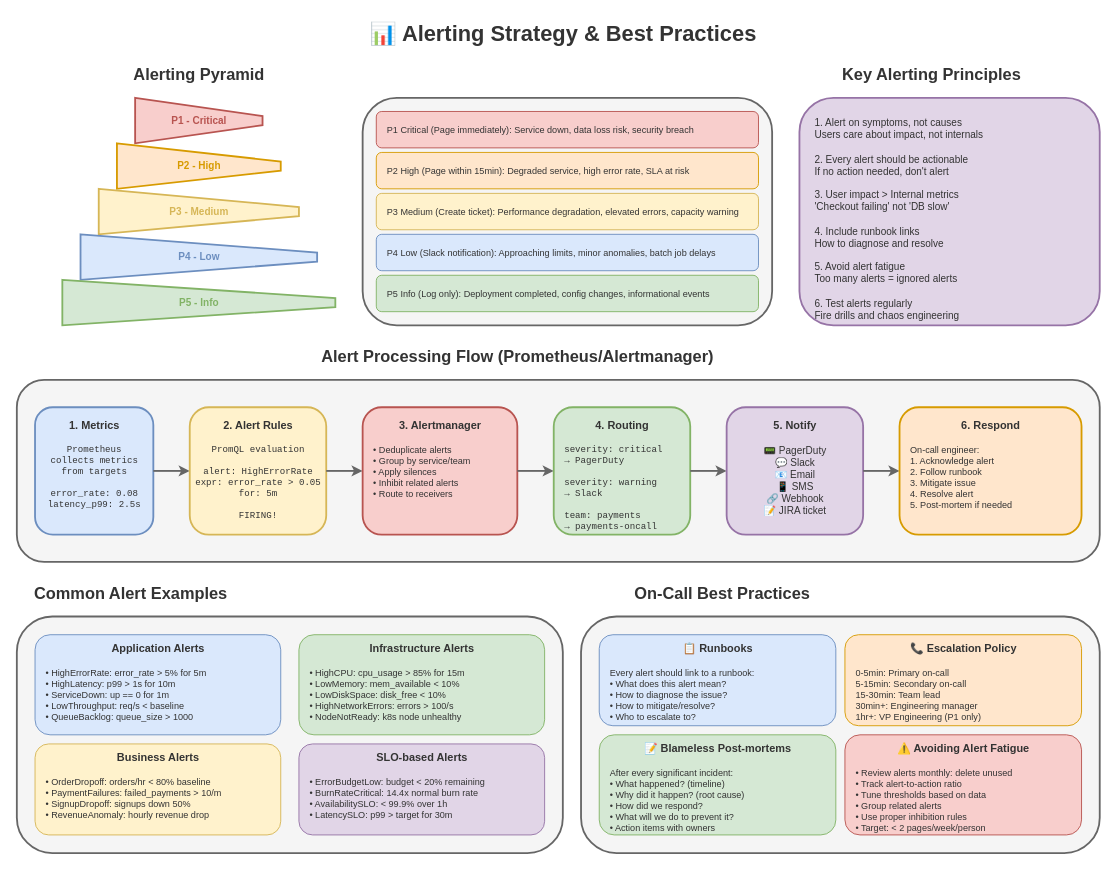
Before: lesson-09-observability-monitoring/diagrams/5.1-alerting-strategy.drawio in MrParkerZ7/document-lesson-software-architect-x-claude, a draw.io diagram. Source tidied: cells renumbered, new cells numbered last; positions are measured from the earlier drawing's top-left corner, leaving out a move shared by most shapes. Both pictures are drawn from the tidied source at 91%, with x=0, y=0 at pixel (16, 15).
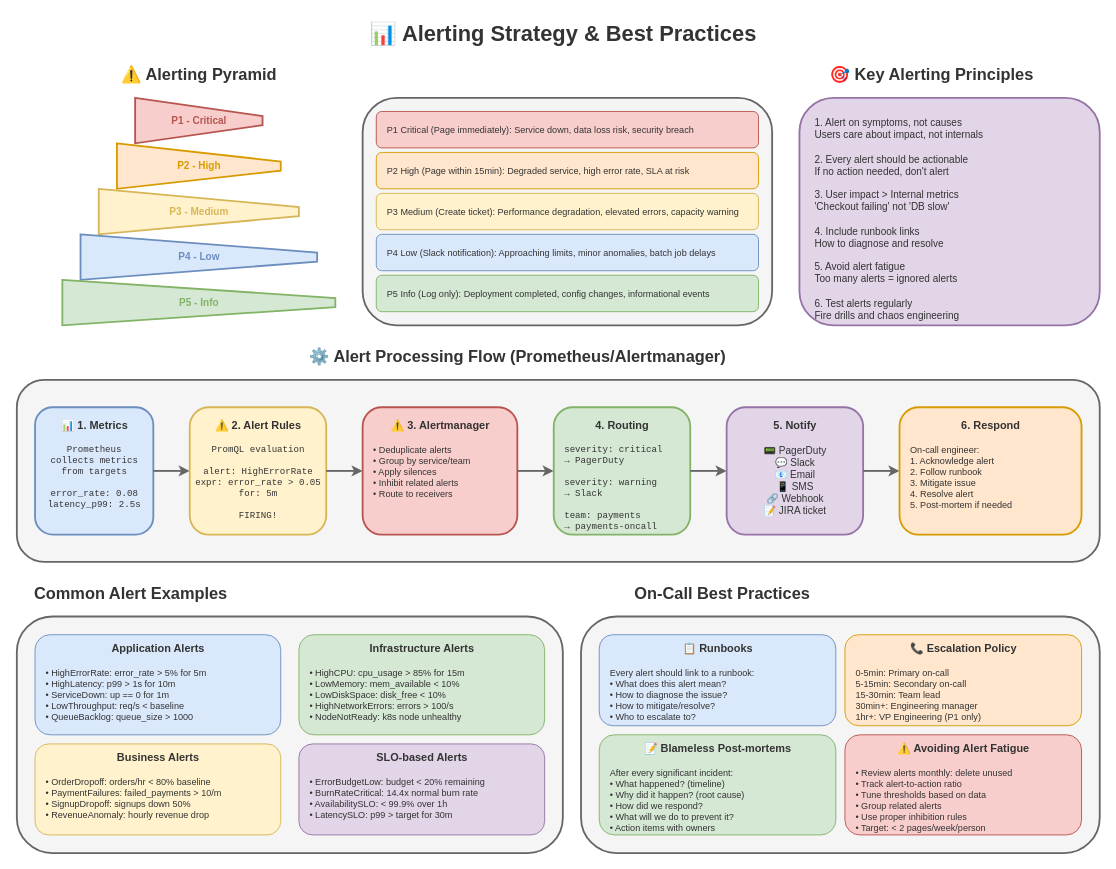
After the change.

Change to the diagram source:
```diff
@@
-    <mxCell id="3" value="Alerting Pyramid" style="text;html=1;strokeColor=none;fillColor=none;align=center;verticalAlign=middle;fontSize=18;fontStyle=1;fontColor=#333333;" parent="1" vertex="1">
+    <mxCell id="3" value="⚠️ Alerting Pyramid" style="text;html=1;strokeColor=none;fillColor=none;align=center;verticalAlign=middle;fontSize=18;fontStyle=1;fontColor=#333333;" parent="1" vertex="1">
       <mxGeometry x="100" y="50" width="200" height="30" as="geometry" />
     </mxCell>
@@
-    <mxCell id="25" value="Key Alerting Principles" style="text;html=1;strokeColor=none;fillColor=none;align=center;verticalAlign=middle;fontSize=18;fontStyle=1;fontColor=#333333;" parent="1" vertex="1">
+    <mxCell id="25" value="🎯 Key Alerting Principles" style="text;html=1;strokeColor=none;fillColor=none;align=center;verticalAlign=middle;fontSize=18;fontStyle=1;fontColor=#333333;" parent="1" vertex="1">
       <mxGeometry x="880" y="50" width="250" height="30" as="geometry" />
     </mxCell>
@@
-    <mxCell id="28" value="Alert Processing Flow (Prometheus/Alertmanager)" style="text;html=1;strokeColor=none;fillColor=none;align=center;verticalAlign=middle;fontSize=18;fontStyle=1;fontColor=#333333;" parent="1" vertex="1">
+    <mxCell id="28" value="⚙️ Alert Processing Flow (Prometheus/Alertmanager)" style="text;html=1;strokeColor=none;fillColor=none;align=center;verticalAlign=middle;fontSize=18;fontStyle=1;fontColor=#333333;" parent="1" vertex="1">
       <mxGeometry x="300" y="360" width="500" height="30" as="geometry" />
     </mxCell>
@@
-    <mxCell id="31" value="1. Metrics" style="text;html=1;strokeColor=none;fillColor=none;align=center;verticalAlign=middle;fontSize=12;fontStyle=1;fontColor=#333333;" parent="1" vertex="1">
+    <mxCell id="31" value="📊 1. Metrics" style="text;html=1;strokeColor=none;fillColor=none;align=center;verticalAlign=middle;fontSize=12;fontStyle=1;fontColor=#333333;" parent="1" vertex="1">
       <mxGeometry x="40" y="440" width="90" height="20" as="geometry" />
     </mxCell>
@@
-    <mxCell id="35" value="2. Alert Rules" style="text;html=1;strokeColor=none;fillColor=none;align=center;verticalAlign=middle;fontSize=12;fontStyle=1;fontColor=#333333;" parent="1" vertex="1">
+    <mxCell id="35" value="⚠️ 2. Alert Rules" style="text;html=1;strokeColor=none;fillColor=none;align=center;verticalAlign=middle;fontSize=12;fontStyle=1;fontColor=#333333;" parent="1" vertex="1">
       <mxGeometry x="210" y="440" width="110" height="20" as="geometry" />
     </mxCell>
@@
-    <mxCell id="39" value="3. Alertmanager" style="text;html=1;strokeColor=none;fillColor=none;align=center;verticalAlign=middle;fontSize=12;fontStyle=1;fontColor=#333333;" parent="1" vertex="1">
+    <mxCell id="39" value="⚠️ 3. Alertmanager" style="text;html=1;strokeColor=none;fillColor=none;align=center;verticalAlign=middle;fontSize=12;fontStyle=1;fontColor=#333333;" parent="1" vertex="1">
       <mxGeometry x="405" y="440" width="120" height="20" as="geometry" />
     </mxCell>
```
